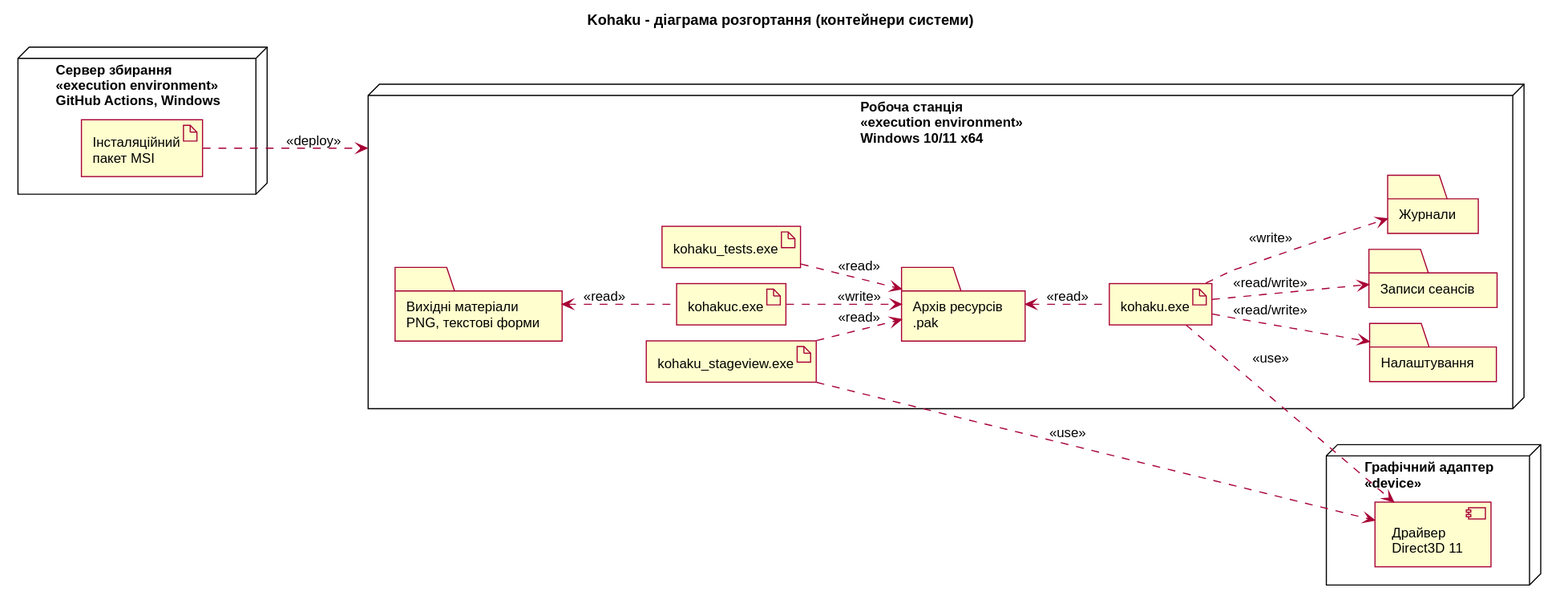
Earlier version of the PlantUML export docs/diagrams/level2-deployment.svg (kostenuksoft/th-esis). Source of this version:
```plantuml
@startuml
!include rose-common.iuml
left to right direction
skinparam nodesep 14
skinparam ranksep 36
title Kohaku - діаграма розгортання (контейнери системи)

node "Робоча станція\n<<execution environment>>\nWindows 10/11 x64" as pc {
  folder "Вихідні матеріали\nPNG, текстові форми" as sources
  artifact "kohakuc.exe" as tool
  artifact "kohaku_tests.exe" as tests
  artifact "kohaku_stageview.exe" as viewer
  folder "Архів ресурсів\n.pak" as assets
  artifact "kohaku.exe" as game
  folder "Налаштування" as settings
  folder "Записи сеансів" as replays
  folder "Журнали" as logs
}

node "Графічний адаптер\n<<device>>" as gpu {
  component "Драйвер\nDirect3D 11" as driver
}

node "Сервер збирання\n<<execution environment>>\nGitHub Actions, Windows" as ci {
  artifact "Інсталяційний\nпакет MSI" as msi
}

sources <.. tool : <<read>>
tool ..> assets : <<write>>
tests ..> assets : <<read>>
viewer ..> assets : <<read>>
viewer ..> driver : <<use>>
assets <.. game : <<read>>
game ..> settings : <<read/write>>
game ..> replays : <<read/write>>
game ..> logs : <<write>>
game ..> driver : <<use>>
msi ..> pc : <<deploy>>
@enduml
```
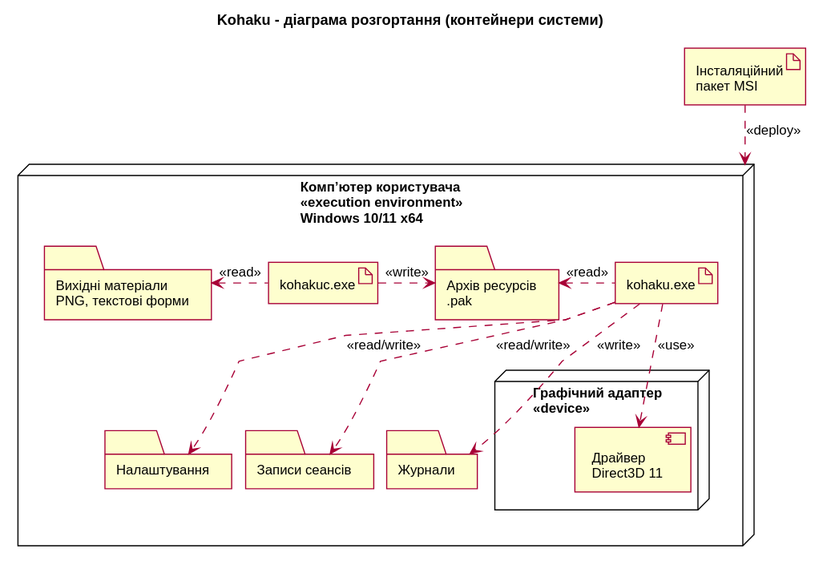
Above is the later version.

Commit message:
fix: deploy only what the user receives

Diff of the diagram source:
```diff
@@ -1,39 +1,30 @@
 @startuml
 !include rose-common.iuml
-left to right direction
-skinparam nodesep 14
-skinparam ranksep 36
+skinparam nodesep 12
+skinparam ranksep 28
 title Kohaku - діаграма розгортання (контейнери системи)
 
-node "Робоча станція\n<<execution environment>>\nWindows 10/11 x64" as pc {
+artifact "Інсталяційний\nпакет MSI" as msi
+
+node "Комп’ютер користувача\n<<execution environment>>\nWindows 10/11 x64" as pc {
   folder "Вихідні матеріали\nPNG, текстові форми" as sources
   artifact "kohakuc.exe" as tool
-  artifact "kohaku_tests.exe" as tests
-  artifact "kohaku_stageview.exe" as viewer
   folder "Архів ресурсів\n.pak" as assets
   artifact "kohaku.exe" as game
   folder "Налаштування" as settings
   folder "Записи сеансів" as replays
   folder "Журнали" as logs
+  node "Графічний адаптер\n<<device>>" as gpu {
+    component "Драйвер\nDirect3D 11" as driver
+  }
 }
 
-node "Графічний адаптер\n<<device>>" as gpu {
-  component "Драйвер\nDirect3D 11" as driver
-}
-
-node "Сервер збирання\n<<execution environment>>\nGitHub Actions, Windows" as ci {
-  artifact "Інсталяційний\nпакет MSI" as msi
-}
-
-sources <.. tool : <<read>>
-tool ..> assets : <<write>>
-tests ..> assets : <<read>>
-viewer ..> assets : <<read>>
-viewer ..> driver : <<use>>
-assets <.. game : <<read>>
-game ..> settings : <<read/write>>
-game ..> replays : <<read/write>>
-game ..> logs : <<write>>
-game ..> driver : <<use>>
-msi ..> pc : <<deploy>>
+msi .down.> pc : <<deploy>>
+tool .left.> sources : <<read>>
+tool .right.> assets : <<write>>
+game .left.> assets : <<read>>
+game .down.> settings : <<read/write>>
+game .down.> replays : <<read/write>>
+game .down.> logs : <<write>>
+game .down.> driver : <<use>>
 @enduml
```
